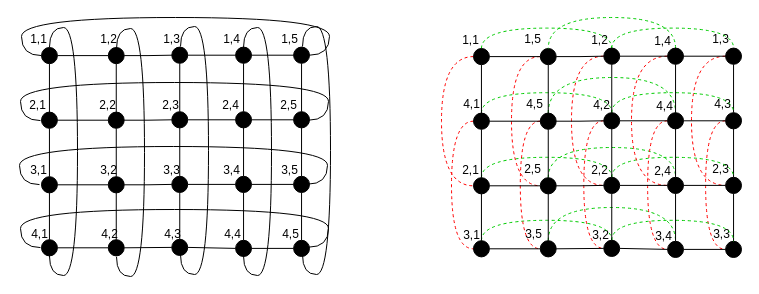
Before: img/Distributed Network.drawio in Coder-Colder/MyPics, a draw.io diagram. Source tidied: cells renumbered, new cells numbered last; positions are measured from the earlier drawing's top-left corner, leaving out a move shared by most shapes. Both pictures are drawn from the tidied source at 100%, with x=0, y=0 at pixel (17, 17).
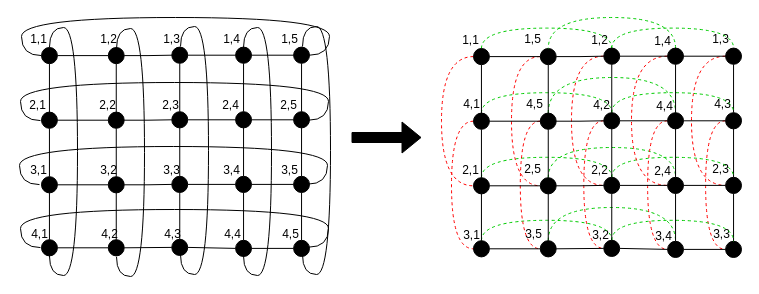
The same page after the edit.

The edit, as a diff of the source:
```diff
@@
+    <mxCell id="176" style="shape=flexArrow;endArrow=classic;html=1;rounded=0;strokeColor=#000000;curved=1;fillColor=#000000;" parent="1" edge="1">
+      <mxGeometry relative="1" as="geometry">
+        <mxPoint x="334" y="120" as="sourcePoint" />
+        <mxPoint x="404" y="120" as="targetPoint" />
+      </mxGeometry>
+    </mxCell>
```
